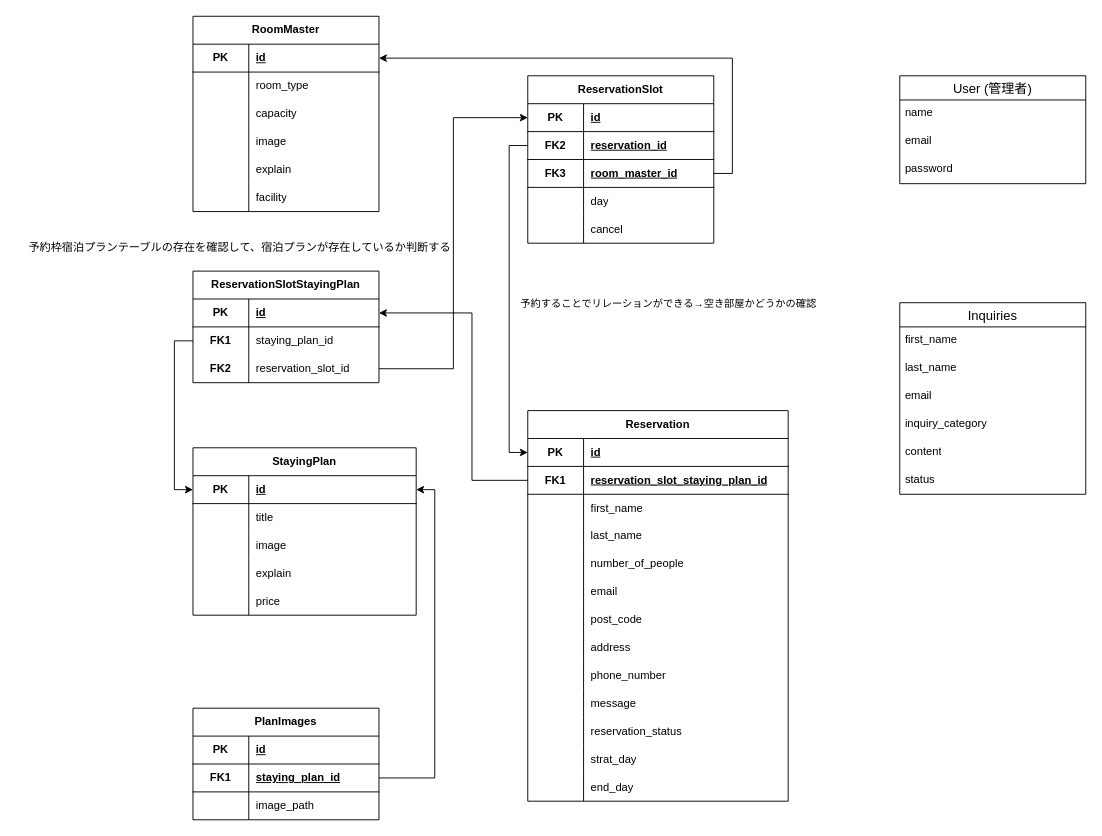
your-school/reserve keeps this draw.io diagram as ER図.drawio. Above is the earlier version. Source tidied: cells renumbered, new cells numbered last; positions are measured from the earlier drawing's top-left corner, leaving out a move shared by most shapes. Both pictures are drawn from the tidied source at 93%, with x=0, y=0 at pixel (16, 16).
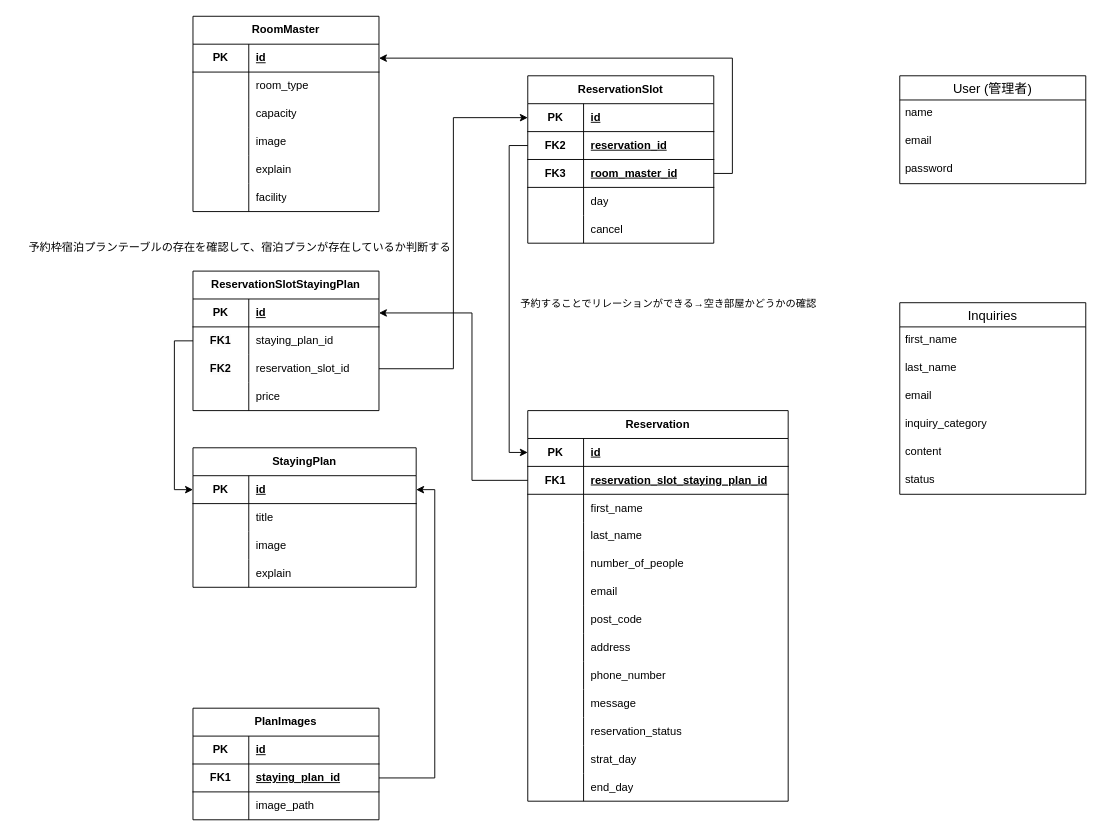
Above is the later version.

Commit message:
ER図.drawio を更新します

Unchanged cells that the change refers to:
```xml
<mxCell id="59" style="shape=tableRow;horizontal=0;startSize=0;swimlaneHead=0;swimlaneBody=0;fillColor=none;points=[[0,0.5],[1,0.5]];portConstraint=eastwest;top=0;left=0;right=0;bottom=1;html=1;" parent="58" vertex="1">
  <mxGeometry y="30" width="200" height="30" as="geometry" />
</mxCell>
```

Change to the diagram source:
```diff
@@
     <mxCell id="42" value="StayingPlan" style="shape=table;startSize=30;childLayout=tableLayout;rowLines=0;fontStyle=1;align=center;html=1;whiteSpace=wrap;" parent="1" vertex="1">
-      <mxGeometry x="190" y="464" width="240" height="180" as="geometry" />
+      <mxGeometry x="190" y="464" width="240" height="150" as="geometry" />
     </mxCell>
@@
-    <mxCell id="55" style="shape=tableRow;horizontal=0;startSize=0;swimlaneHead=0;swimlaneBody=0;fillColor=none;top=0;left=0;right=0;bottom=0;html=1;" parent="42" vertex="1">
-      <mxGeometry y="150" width="240" height="30" as="geometry" />
-    </mxCell>
-    <mxCell id="56" style="shape=partialRectangle;fillColor=none;top=0;left=0;bottom=0;right=0;overflow=hidden;html=1;whiteSpace=wrap;" parent="55" vertex="1">
-      <mxGeometry width="60" height="30" as="geometry" />
-    </mxCell>
-    <mxCell id="57" value="price" style="shape=partialRectangle;fillColor=none;top=0;left=0;bottom=0;right=0;align=left;spacingLeft=6;overflow=hidden;html=1;whiteSpace=wrap;" parent="55" vertex="1">
-      <mxGeometry x="60" width="180" height="30" as="geometry" />
-    </mxCell>
@@
     <mxCell id="87" value="ReservationSlotStayingPlan" style="shape=table;startSize=30;childLayout=tableLayout;rowLines=0;fontStyle=1;align=center;html=1;whiteSpace=wrap;" parent="1" vertex="1">
-      <mxGeometry x="190" y="274" width="200" height="120" as="geometry" />
+      <mxGeometry x="190" y="274" width="200" height="150" as="geometry" />
     </mxCell>
@@
+    <mxCell id="132" style="shape=tableRow;horizontal=0;startSize=0;swimlaneHead=0;swimlaneBody=0;fillColor=none;points=[[0,0.5],[1,0.5]];portConstraint=eastwest;top=0;left=0;right=0;bottom=0;html=1;" parent="87" vertex="1">
+      <mxGeometry y="90" width="200" height="30" as="geometry" />
+    </mxCell>
+    <mxCell id="133" value="&lt;span style=&quot;color: rgb(0, 0, 0); font-family: Helvetica; font-size: 12px; font-style: normal; font-variant-ligatures: normal; font-variant-caps: normal; font-weight: 700; letter-spacing: normal; orphans: 2; text-align: center; text-indent: 0px; text-transform: none; widows: 2; word-spacing: 0px; -webkit-text-stroke-width: 0px; background-color: rgb(251, 251, 251); text-decoration-thickness: initial; text-decoration-style: initial; text-decoration-color: initial; float: none; display: inline !important;&quot;&gt;FK2&lt;/span&gt;" style="shape=partialRectangle;fillColor=none;top=0;left=0;bottom=0;right=0;overflow=hidden;html=1;whiteSpace=wrap;" parent="132" vertex="1">
+      <mxGeometry width="60" height="30" as="geometry" />
+    </mxCell>
+    <mxCell id="134" value="reservation_slot_id" style="shape=partialRectangle;fillColor=none;top=0;left=0;bottom=0;right=0;align=left;spacingLeft=6;overflow=hidden;html=1;whiteSpace=wrap;" parent="132" vertex="1">
+      <mxGeometry x="60" width="140" height="30" as="geometry" />
+    </mxCell>
     <mxCell id="94" style="shape=tableRow;horizontal=0;startSize=0;swimlaneHead=0;swimlaneBody=0;fillColor=none;points=[[0,0.5],[1,0.5]];portConstraint=eastwest;top=0;left=0;right=0;bottom=0;html=1;" parent="87" vertex="1">
-      <mxGeometry y="90" width="200" height="30" as="geometry" />
+      <mxGeometry y="120" width="200" height="30" as="geometry" />
     </mxCell>
-    <mxCell id="95" value="&lt;span style=&quot;color: rgb(0, 0, 0); font-family: Helvetica; font-size: 12px; font-style: normal; font-variant-ligatures: normal; font-variant-caps: normal; font-weight: 700; letter-spacing: normal; orphans: 2; text-align: center; text-indent: 0px; text-transform: none; widows: 2; word-spacing: 0px; -webkit-text-stroke-width: 0px; background-color: rgb(251, 251, 251); text-decoration-thickness: initial; text-decoration-style: initial; text-decoration-color: initial; float: none; display: inline !important;&quot;&gt;FK2&lt;/span&gt;" style="shape=partialRectangle;fillColor=none;top=0;left=0;bottom=0;right=0;overflow=hidden;html=1;whiteSpace=wrap;" parent="94" vertex="1">
+    <mxCell id="95" style="shape=partialRectangle;fillColor=none;top=0;left=0;bottom=0;right=0;overflow=hidden;html=1;whiteSpace=wrap;" parent="94" vertex="1">
       <mxGeometry width="60" height="30" as="geometry" />
     </mxCell>
-    <mxCell id="96" value="reservation_slot_id" style="shape=partialRectangle;fillColor=none;top=0;left=0;bottom=0;right=0;align=left;spacingLeft=6;overflow=hidden;html=1;whiteSpace=wrap;" parent="94" vertex="1">
+    <mxCell id="96" value="price" style="shape=partialRectangle;fillColor=none;top=0;left=0;bottom=0;right=0;align=left;spacingLeft=6;overflow=hidden;html=1;whiteSpace=wrap;" parent="94" vertex="1">
       <mxGeometry x="60" width="140" height="30" as="geometry" />
     </mxCell>
@@
-    <mxCell id="127" style="edgeStyle=orthogonalEdgeStyle;rounded=0;jettySize=auto;html=1;exitX=1;exitY=0.5;exitDx=0;exitDy=0;entryX=0;entryY=0.5;entryDx=0;entryDy=0;" parent="1" edge="1" source="94" target="59">
-      <mxGeometry relative="1" as="geometry" />
-    </mxCell>
@@
+    <mxCell id="135" style="edgeStyle=orthogonalEdgeStyle;rounded=0;jettySize=auto;html=1;exitX=1;exitY=0.5;exitDx=0;exitDy=0;entryX=0;entryY=0.5;entryDx=0;entryDy=0;" parent="1" edge="1" source="132" target="59">
+      <mxGeometry relative="1" as="geometry" />
+    </mxCell>
```
